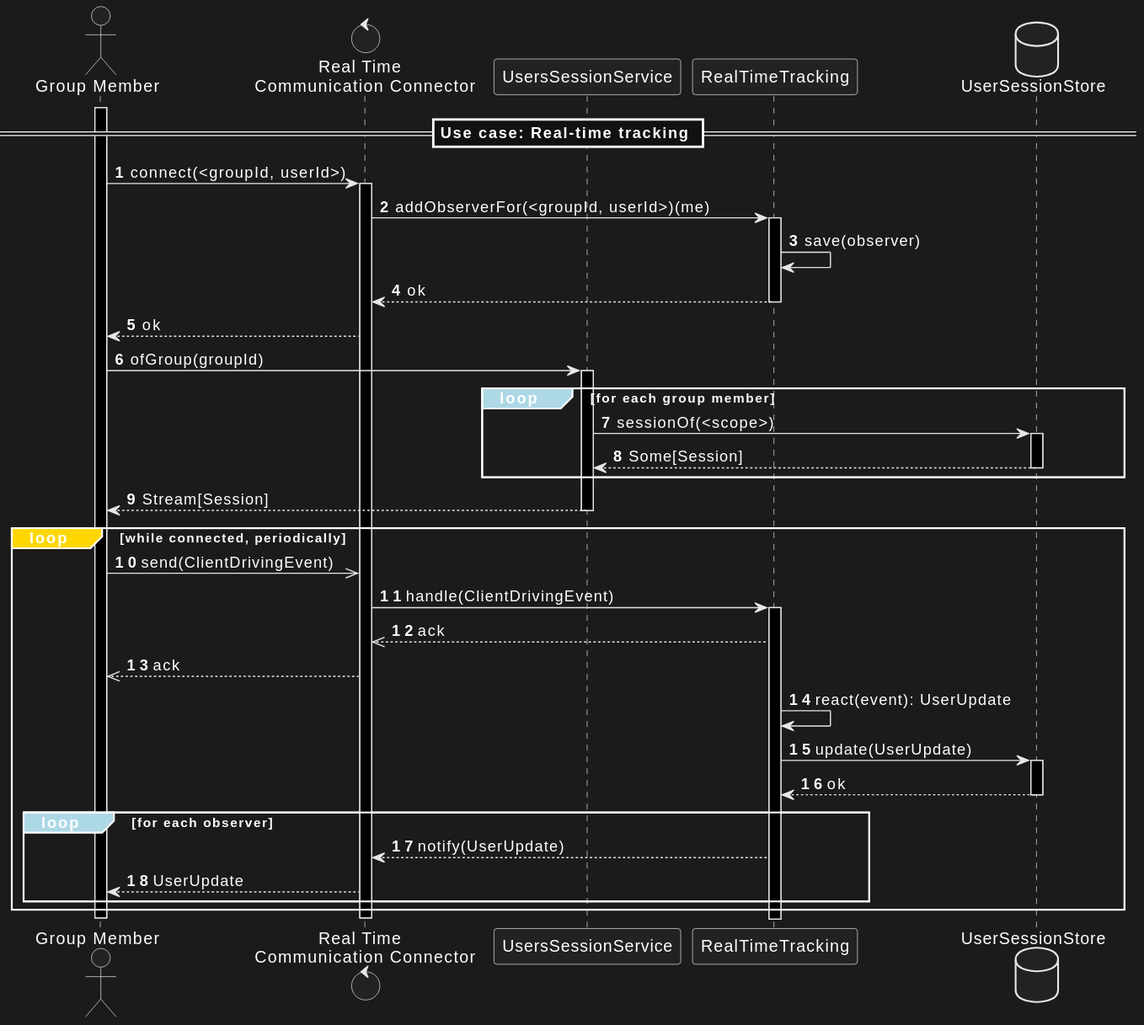
Before: res/location-service-interaction-dark.svg, a diagram exported from PlantUML (position-pal/position-pal.github.io).
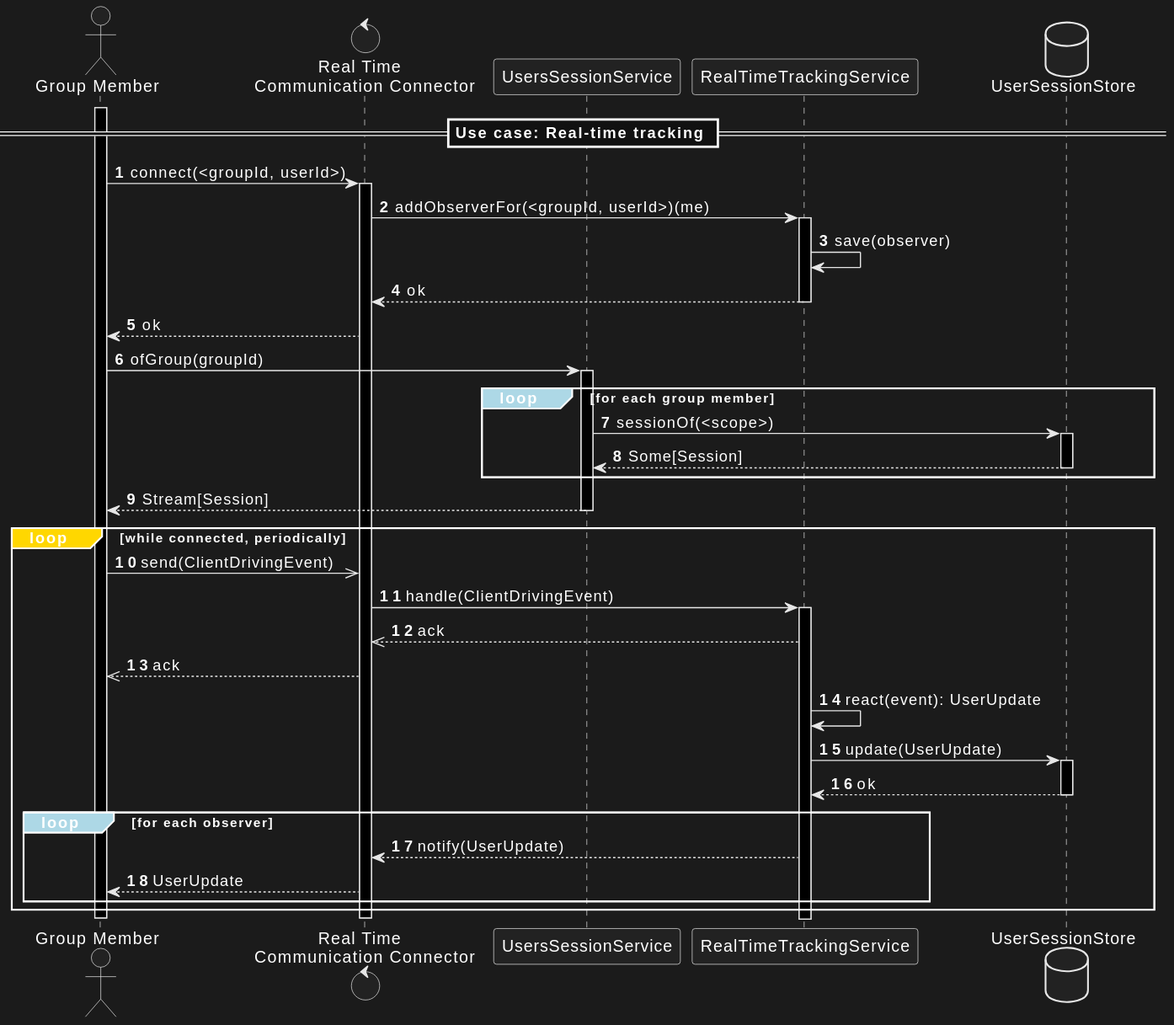
After the commit.

Diff of the diagram source:
```diff
@@ -4,7 +4,7 @@
 actor "Group Member" as User
 control "Real Time \n Communication Connector" as RTC
 participant UsersSessionService as USS
-participant RealTimeTracking as RTT
+participant RealTimeTrackingService as RTT
 database UserSessionStore as USSS
 
 == Use case: Real-time tracking ==
```
